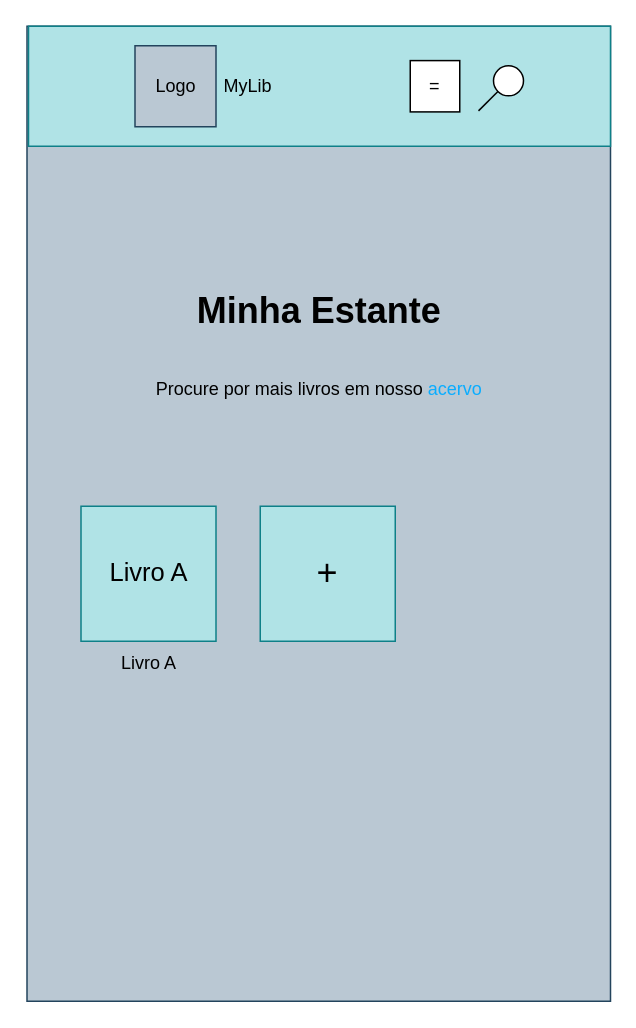
Before: page "Minha Estante primeiro livro" (13 of 26) of Bookshelf.drawio in LeoHMuniz/FrontEnd, a draw.io diagram. Source tidied: cells renumbered, new cells numbered last; positions are measured from the earlier drawing's top-left corner, leaving out a move shared by most shapes. Both pictures are drawn from the tidied source at 150%, with x=0, y=0 at pixel (26, 26).
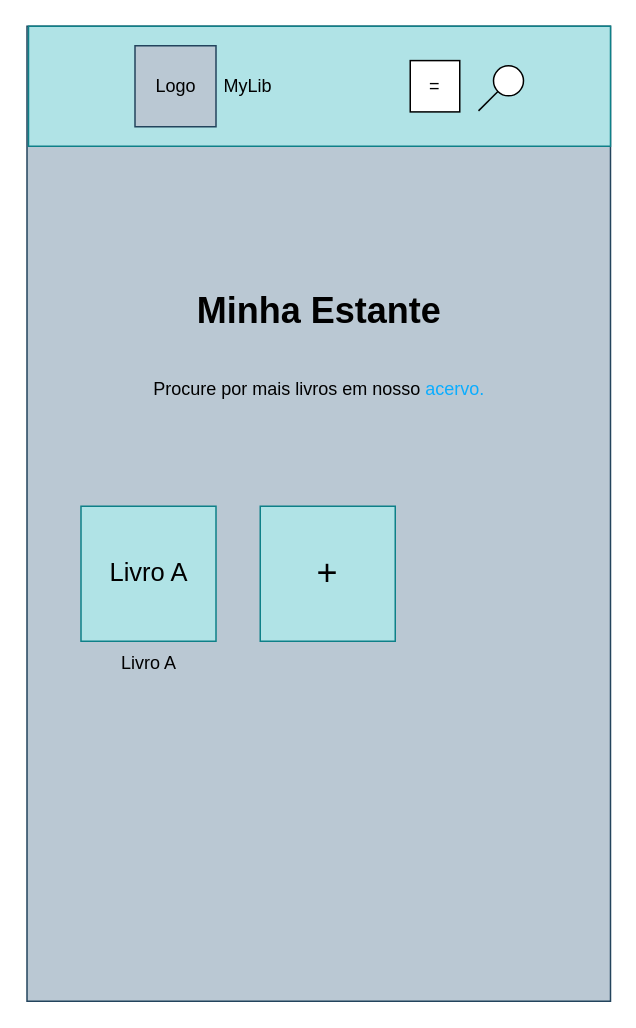
Above is the later version.

What changed in the source:
```diff
@@
 <mxGraphModel>
   <root>
     <mxCell id="0" />
     <mxCell id="1" parent="0" />
     <mxCell id="2" style="rounded=0;whiteSpace=wrap;html=1;fillColor=#bac8d3;strokeColor=#23445d;" parent="1" vertex="1">
       <mxGeometry x="0.5" width="389" height="650" as="geometry" />
     </mxCell>
-    <mxCell id="3" value="&lt;h1 style=&quot;&quot;&gt;Minha Estante&lt;/h1&gt;&lt;div style=&quot;&quot;&gt;&lt;br&gt;&lt;/div&gt;&lt;div&gt;Procure por mais livros em nosso &lt;font color=&quot;#0aadff&quot;&gt;acervo&lt;/font&gt;&lt;/div&gt;" style="text;html=1;strokeColor=none;fillColor=none;spacing=5;spacingTop=-20;whiteSpace=wrap;overflow=hidden;rounded=0;align=center;" parent="1" vertex="1">
+    <mxCell id="3" value="&lt;h1 style=&quot;&quot;&gt;Minha Estante&lt;/h1&gt;&lt;div style=&quot;&quot;&gt;&lt;br&gt;&lt;/div&gt;&lt;div&gt;Procure por mais livros em nosso &lt;font color=&quot;#0aadff&quot;&gt;acervo.&lt;/font&gt;&lt;/div&gt;" style="text;html=1;strokeColor=none;fillColor=none;spacing=5;spacingTop=-20;whiteSpace=wrap;overflow=hidden;rounded=0;align=center;" parent="1" vertex="1">
       <mxGeometry x="5" y="170" width="381" height="190" as="geometry" />
     </mxCell>
     <mxCell id="4" value="&lt;font style=&quot;font-size: 24px;&quot;&gt;+&lt;/font&gt;" style="rounded=0;whiteSpace=wrap;html=1;fillColor=#b0e3e6;strokeColor=#0e8088;" parent="1" vertex="1">
       <mxGeometry x="156" y="320" width="90" height="90" as="geometry" />
     </mxCell>
     <mxCell id="5" style="rounded=0;whiteSpace=wrap;html=1;fillColor=#b0e3e6;strokeColor=#0e8088;" parent="1" vertex="1">
       <mxGeometry x="1.5" width="388" height="80" as="geometry" />
     </mxCell>
     <mxCell id="6" value="Logo" style="whiteSpace=wrap;html=1;fillColor=#bac8d3;strokeColor=#23445d;" parent="1" vertex="1">
       <mxGeometry x="72.5" y="13" width="54" height="54" as="geometry" />
     </mxCell>
     <mxCell id="7" value="MyLib" style="text;html=1;strokeColor=none;fillColor=none;align=center;verticalAlign=middle;whiteSpace=wrap;rounded=0;" parent="1" vertex="1">
       <mxGeometry x="102.5" y="25" width="90" height="30" as="geometry" />
     </mxCell>
     <mxCell id="8" value="=&lt;br&gt;" style="rounded=0;whiteSpace=wrap;html=1;" parent="1" vertex="1">
       <mxGeometry x="256" y="22.9" width="33" height="34.2" as="geometry" />
     </mxCell>
     <mxCell id="9" style="ellipse;whiteSpace=wrap;html=1;" parent="1" vertex="1">
       <mxGeometry x="311.5" y="26.4" width="20" height="20" as="geometry" />
     </mxCell>
     <mxCell id="10" style="endArrow=none;html=1;rounded=0;entryX=0;entryY=1;entryDx=0;entryDy=0;" parent="1" edge="1" target="9">
       <mxGeometry relative="1" as="geometry">
         <mxPoint x="301.5" y="56.4" as="sourcePoint" />
       </mxGeometry>
     </mxCell>
     <mxCell id="11" value="&lt;font style=&quot;font-size: 17px;&quot;&gt;Livro A&lt;/font&gt;" style="rounded=0;whiteSpace=wrap;html=1;fillColor=#b0e3e6;strokeColor=#0e8088;" parent="1" vertex="1">
       <mxGeometry x="36.5" y="320" width="90" height="90" as="geometry" />
     </mxCell>
     <mxCell id="12" value="Livro A" style="text;html=1;strokeColor=none;fillColor=none;align=center;verticalAlign=middle;whiteSpace=wrap;rounded=0;" parent="1" vertex="1">
       <mxGeometry x="51.5" y="410" width="60" height="30" as="geometry" />
     </mxCell>
   </root>
 </mxGraphModel>
```
